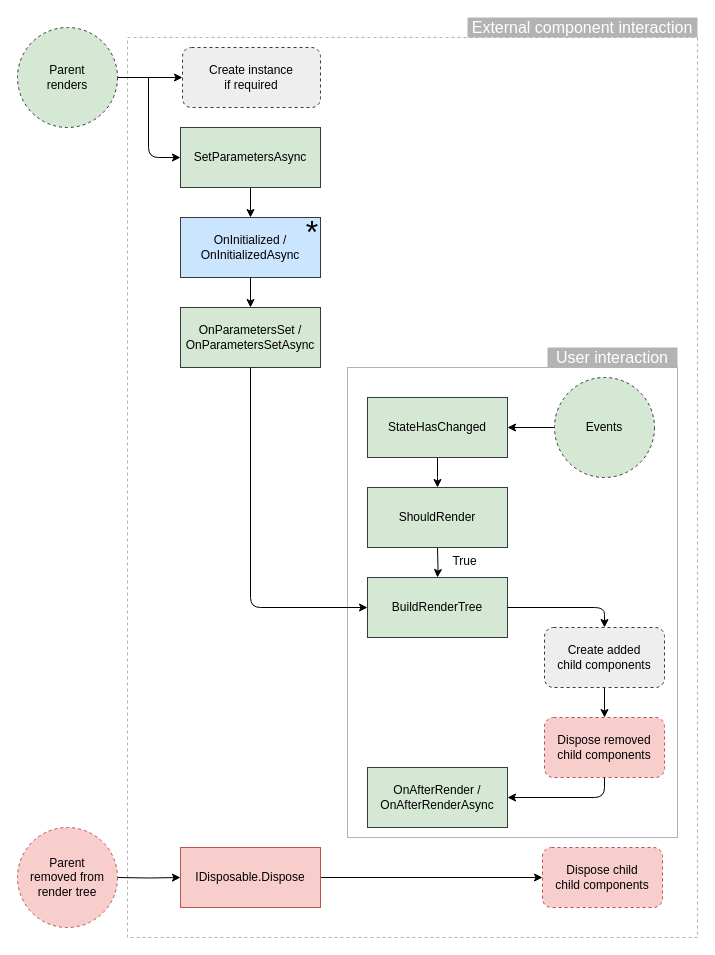
mrpmorris/blazor-university keeps this draw.io diagram as assets/component-lifecycle.drawio. Above is the earlier version. Source tidied: cells renumbered, new cells numbered last; positions are measured from the earlier drawing's top-left corner, leaving out a move shared by most shapes. Both pictures are drawn from the tidied source at 100%, with x=0, y=0 at pixel (17, 17).
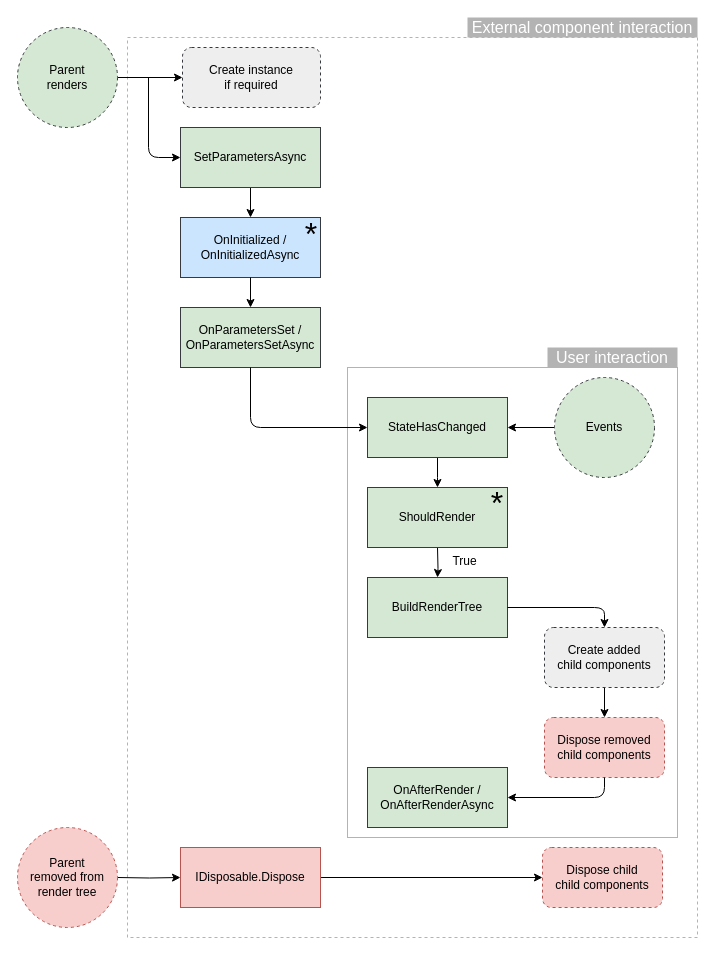
After the change.

Unchanged cells that the change refers to:
```xml
<mxCell id="6" value="OnParametersSet /&lt;br&gt;OnParametersSetAsync" style="rounded=0;whiteSpace=wrap;html=1;fontSize=12;strokeColor=#36393d;fillColor=#D5E8D4;" parent="1" vertex="1">
  <mxGeometry x="163" y="290" width="140" height="60" as="geometry" />
</mxCell>
<mxCell id="7" style="group;" parent="1" vertex="1">
  <mxGeometry x="163" y="200" width="142" height="60" as="geometry" />
</mxCell>
<mxCell id="18" value="StateHasChanged" style="rounded=0;whiteSpace=wrap;html=1;fontSize=12;strokeColor=#36393d;fillColor=#D5E8D4;" parent="1" vertex="1">
  <mxGeometry x="350" y="380" width="140" height="60" as="geometry" />
</mxCell>
<mxCell id="19" value="BuildRenderTree" style="rounded=0;whiteSpace=wrap;html=1;fontSize=12;strokeColor=#36393d;fillColor=#D5E8D4;" parent="1" vertex="1">
  <mxGeometry x="350" y="560" width="140" height="60" as="geometry" />
</mxCell>
```

The edit, as a diff of the source:
```diff
@@
     <mxCell id="9" value="*" style="text;html=1;strokeColor=none;fillColor=none;align=center;verticalAlign=middle;whiteSpace=wrap;rounded=0;fontSize=32;" parent="7" vertex="1">
-      <mxGeometry x="122" y="5" width="20" height="20" as="geometry" />
+      <mxGeometry x="121" y="7" width="20" height="20" as="geometry" />
     </mxCell>
@@
-    <mxCell id="32" style="endArrow=classic;html=1;fontSize=12;exitX=0.5;exitY=1;exitDx=0;exitDy=0;entryX=0;entryY=0.5;entryDx=0;entryDy=0;" parent="1" edge="1" source="6" target="19">
+    <mxCell id="32" style="endArrow=classic;html=1;fontSize=12;exitX=0.5;exitY=1;exitDx=0;exitDy=0;entryX=0;entryY=0.5;entryDx=0;entryDy=0;" parent="1" edge="1" source="6" target="18">
       <mxGeometry relative="1" as="geometry">
         <Array as="points">
-          <mxPoint x="233" y="590" />
+          <mxPoint x="233" y="410" />
         </Array>
       </mxGeometry>
     </mxCell>
@@
+    <mxCell id="36" value="*" style="text;html=1;strokeColor=none;fillColor=none;align=center;verticalAlign=middle;whiteSpace=wrap;rounded=0;fontSize=32;" parent="1" vertex="1">
+      <mxGeometry x="470" y="476" width="20" height="20" as="geometry" />
+    </mxCell>
```
